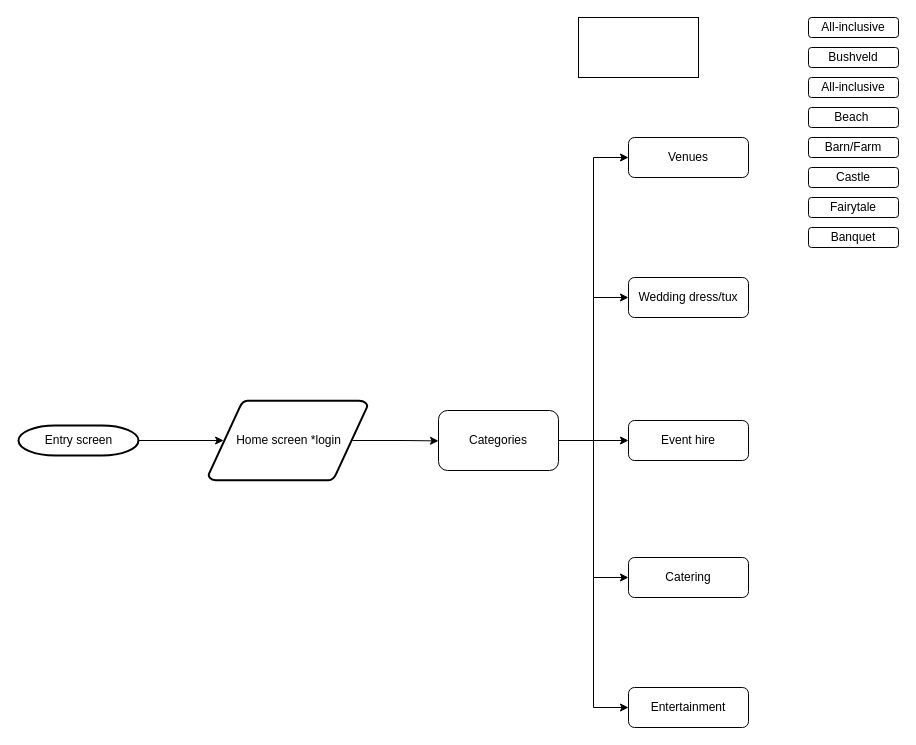
Before: Untitled Diagram.drawio in Skyelcck/1st-Project, a draw.io diagram. Source tidied: cells renumbered, new cells numbered last; positions are measured from the earlier drawing's top-left corner, leaving out a move shared by most shapes. Both pictures are drawn from the tidied source at 100%, with x=0, y=0 at pixel (18, 17).
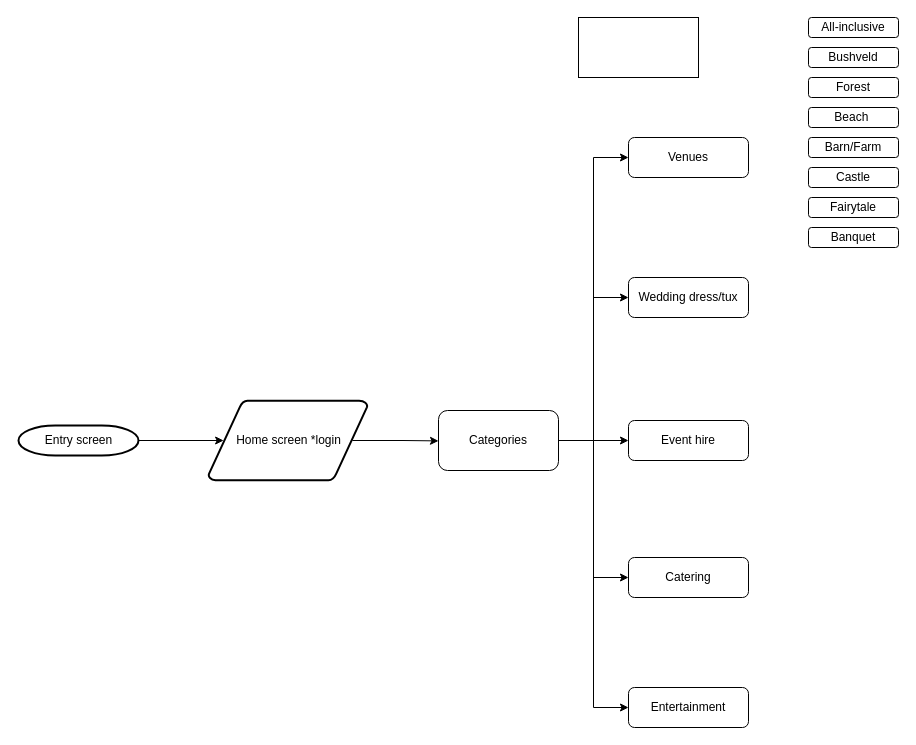
The same page after the edit.

Commit message:
Wedding app

Diff of the diagram source:
```diff
@@
-    <mxCell id="17" value="All-inclusive" style="rounded=1;whiteSpace=wrap;html=1;" parent="1" vertex="1">
+    <mxCell id="17" value="Forest" style="rounded=1;whiteSpace=wrap;html=1;" parent="1" vertex="1">
       <mxGeometry x="790" y="60" width="90" height="20" as="geometry" />
     </mxCell>
```
